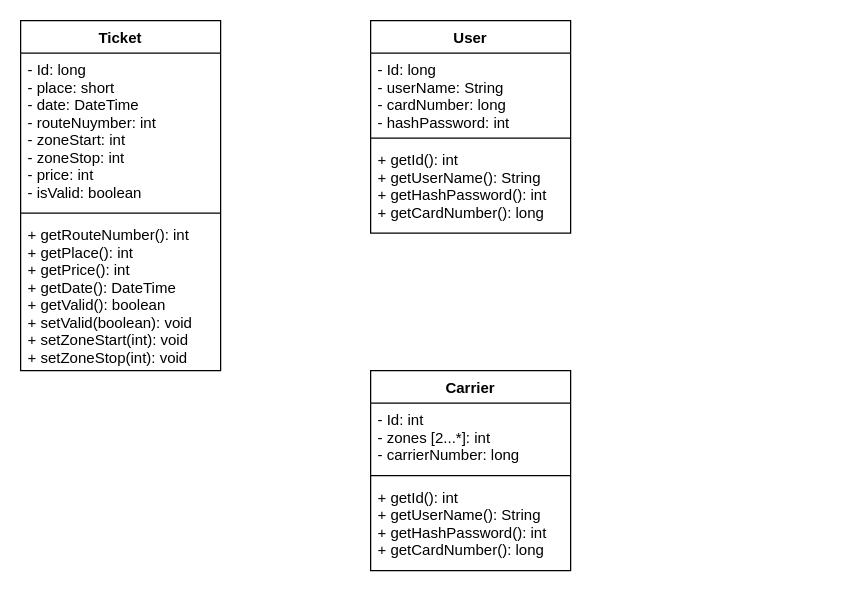
Before: seminar_4/ticketService.drawio in glebSher/ArchitecturePO_HW, a draw.io diagram. Source tidied: cells renumbered, new cells numbered last; positions are measured from the earlier drawing's top-left corner, leaving out a move shared by most shapes. Both pictures are drawn from the tidied source at 125%, with x=0, y=0 at pixel (20, 20).
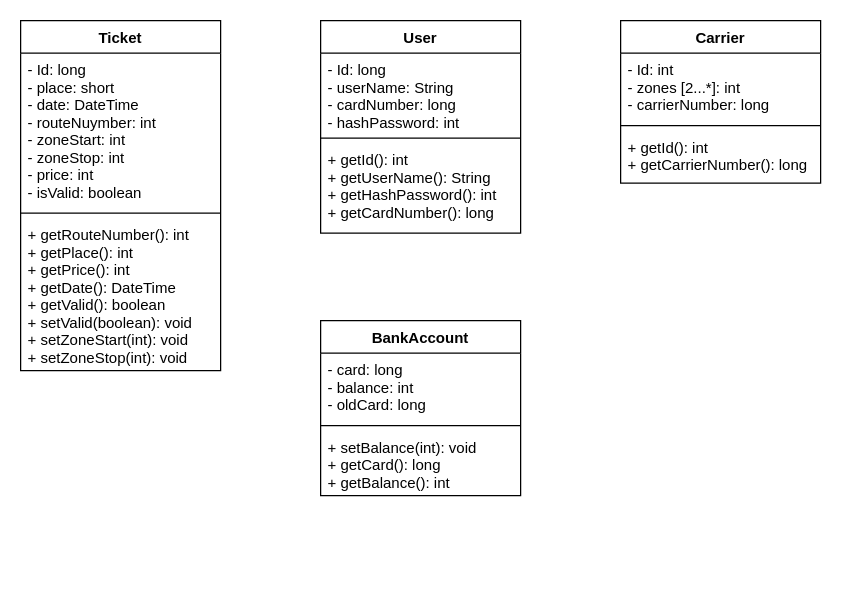
After the change.

What changed in the source:
```diff
@@
 <mxGraphModel>
   <root>
     <mxCell id="0" />
     <mxCell id="1" parent="0" />
     <mxCell id="2" value="Ticket" style="swimlane;fontStyle=1;align=center;verticalAlign=top;horizontal=1;startSize=26;" parent="1" vertex="1">
       <mxGeometry width="160" height="280" as="geometry" />
     </mxCell>
     <mxCell id="3" value="- Id: long&#10;- place: short&#10;- date: DateTime&#10;- routeNuymber: int&#10;- zoneStart: int&#10;- zoneStop: int&#10;- price: int&#10;- isValid: boolean" style="text;strokeColor=none;fillColor=none;align=left;verticalAlign=top;spacingLeft=4;spacingRight=4;overflow=hidden;" parent="2" vertex="1">
       <mxGeometry y="26" width="160" height="124" as="geometry" />
     </mxCell>
     <mxCell id="4" style="line;strokeWidth=1;fillColor=none;align=left;verticalAlign=middle;spacingTop=-1;spacingLeft=3;spacingRight=3;labelPosition=right;strokeColor=inherit;" parent="2" vertex="1">
       <mxGeometry y="150" width="160" height="8" as="geometry" />
     </mxCell>
     <mxCell id="5" value="+ getRouteNumber(): int&#10;+ getPlace(): int&#10;+ getPrice(): int&#10;+ getDate(): DateTime&#10;+ getValid(): boolean&#10;+ setValid(boolean): void&#10;+ setZoneStart(int): void&#10;+ setZoneStop(int): void" style="text;strokeColor=none;fillColor=none;align=left;verticalAlign=top;spacingLeft=4;spacingRight=4;overflow=hidden;" parent="2" vertex="1">
       <mxGeometry y="158" width="160" height="122" as="geometry" />
     </mxCell>
     <mxCell id="6" value="User" style="swimlane;fontStyle=1;align=center;verticalAlign=top;horizontal=1;startSize=26;" parent="1" vertex="1">
-      <mxGeometry x="280" width="160" height="170" as="geometry" />
+      <mxGeometry x="240" width="160" height="170" as="geometry" />
     </mxCell>
     <mxCell id="7" value="- Id: long&#10;- userName: String&#10;- cardNumber: long&#10;- hashPassword: int&#10;" style="text;strokeColor=none;fillColor=none;align=left;verticalAlign=top;spacingLeft=4;spacingRight=4;overflow=hidden;" parent="6" vertex="1">
       <mxGeometry y="26" width="160" height="64" as="geometry" />
     </mxCell>
     <mxCell id="8" style="line;strokeWidth=1;fillColor=none;align=left;verticalAlign=middle;spacingTop=-1;spacingLeft=3;spacingRight=3;labelPosition=right;strokeColor=inherit;" parent="6" vertex="1">
       <mxGeometry y="90" width="160" height="8" as="geometry" />
     </mxCell>
     <mxCell id="9" value="+ getId(): int&#10;+ getUserName(): String&#10;+ getHashPassword(): int&#10;+ getCardNumber(): long&#10;" style="text;strokeColor=none;fillColor=none;align=left;verticalAlign=top;spacingLeft=4;spacingRight=4;overflow=hidden;" parent="6" vertex="1">
       <mxGeometry y="98" width="160" height="72" as="geometry" />
     </mxCell>
     <mxCell id="10" value="Carrier" style="swimlane;fontStyle=1;align=center;verticalAlign=top;horizontal=1;startSize=26;" parent="1" vertex="1">
-      <mxGeometry x="280" y="280" width="160" height="160" as="geometry" />
+      <mxGeometry x="480" width="160" height="130" as="geometry" />
     </mxCell>
     <mxCell id="11" value="- Id: int&#10;- zones [2...*]: int&#10;- carrierNumber: long&#10;&#10;" style="text;strokeColor=none;fillColor=none;align=left;verticalAlign=top;spacingLeft=4;spacingRight=4;overflow=hidden;" parent="10" vertex="1">
       <mxGeometry y="26" width="160" height="54" as="geometry" />
     </mxCell>
     <mxCell id="12" style="line;strokeWidth=1;fillColor=none;align=left;verticalAlign=middle;spacingTop=-1;spacingLeft=3;spacingRight=3;labelPosition=right;strokeColor=inherit;" parent="10" vertex="1">
       <mxGeometry y="80" width="160" height="8" as="geometry" />
     </mxCell>
-    <mxCell id="13" value="+ getId(): int&#10;+ getUserName(): String&#10;+ getHashPassword(): int&#10;+ getCardNumber(): long&#10;" style="text;strokeColor=none;fillColor=none;align=left;verticalAlign=top;spacingLeft=4;spacingRight=4;overflow=hidden;" parent="10" vertex="1">
-      <mxGeometry y="88" width="160" height="72" as="geometry" />
+    <mxCell id="13" value="+ getId(): int&#10;+ getCarrierNumber(): long&#10;" style="text;strokeColor=none;fillColor=none;align=left;verticalAlign=top;spacingLeft=4;spacingRight=4;overflow=hidden;" parent="10" vertex="1">
+      <mxGeometry y="88" width="160" height="42" as="geometry" />
     </mxCell>
+    <mxCell id="14" value="BankAccount" style="swimlane;fontStyle=1;align=center;verticalAlign=top;horizontal=1;startSize=26;" parent="1" vertex="1">
+      <mxGeometry x="240" y="240" width="160" height="140" as="geometry" />
+    </mxCell>
+    <mxCell id="15" value="- card: long&#10;- balance: int&#10;- oldCard: long&#10;" style="text;strokeColor=none;fillColor=none;align=left;verticalAlign=top;spacingLeft=4;spacingRight=4;overflow=hidden;" parent="14" vertex="1">
+      <mxGeometry y="26" width="160" height="54" as="geometry" />
+    </mxCell>
+    <mxCell id="16" style="line;strokeWidth=1;fillColor=none;align=left;verticalAlign=middle;spacingTop=-1;spacingLeft=3;spacingRight=3;labelPosition=right;strokeColor=inherit;" parent="14" vertex="1">
+      <mxGeometry y="80" width="160" height="8" as="geometry" />
+    </mxCell>
+    <mxCell id="17" value="+ setBalance(int): void&#10;+ getCard(): long&#10;+ getBalance(): int&#10;" style="text;strokeColor=none;fillColor=none;align=left;verticalAlign=top;spacingLeft=4;spacingRight=4;overflow=hidden;" parent="14" vertex="1">
+      <mxGeometry y="88" width="160" height="52" as="geometry" />
+    </mxCell>
   </root>
 </mxGraphModel>
```
